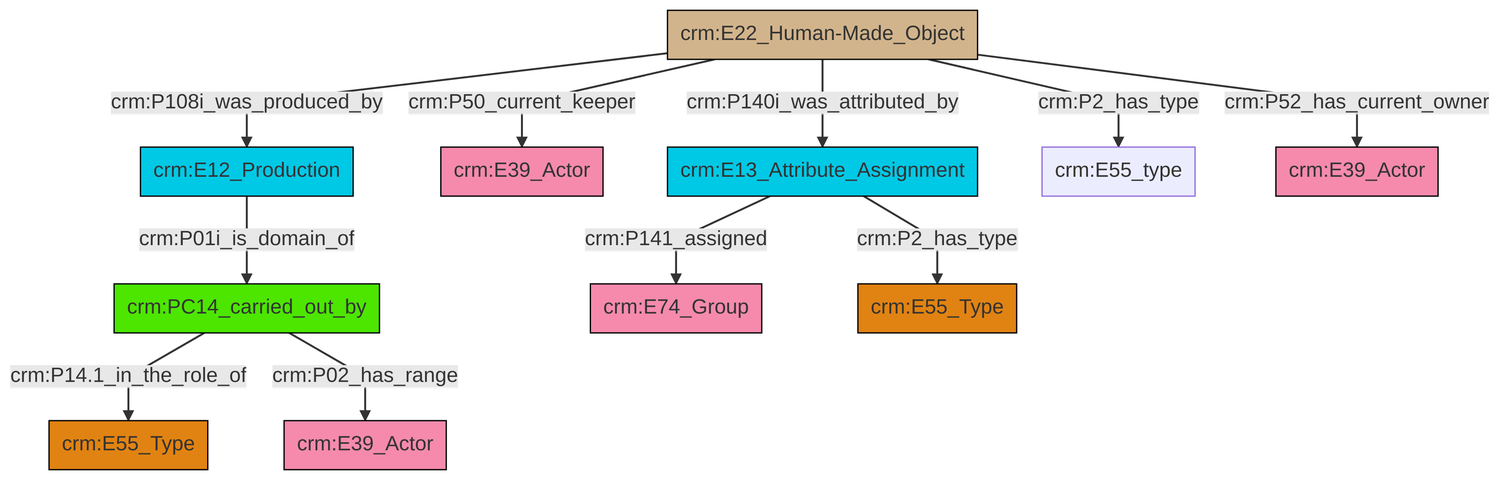
Above: et/artworkCSV/ttl/mmd/png/Artwork_Actor_Relations.png in swiss-art-research-net/docs.swissartresearch (Mermaid), before the change. Its source is kept beside it as et/artworkCSV/ttl/mmd/Artwork_Actor_Relations.ttl.mmd.
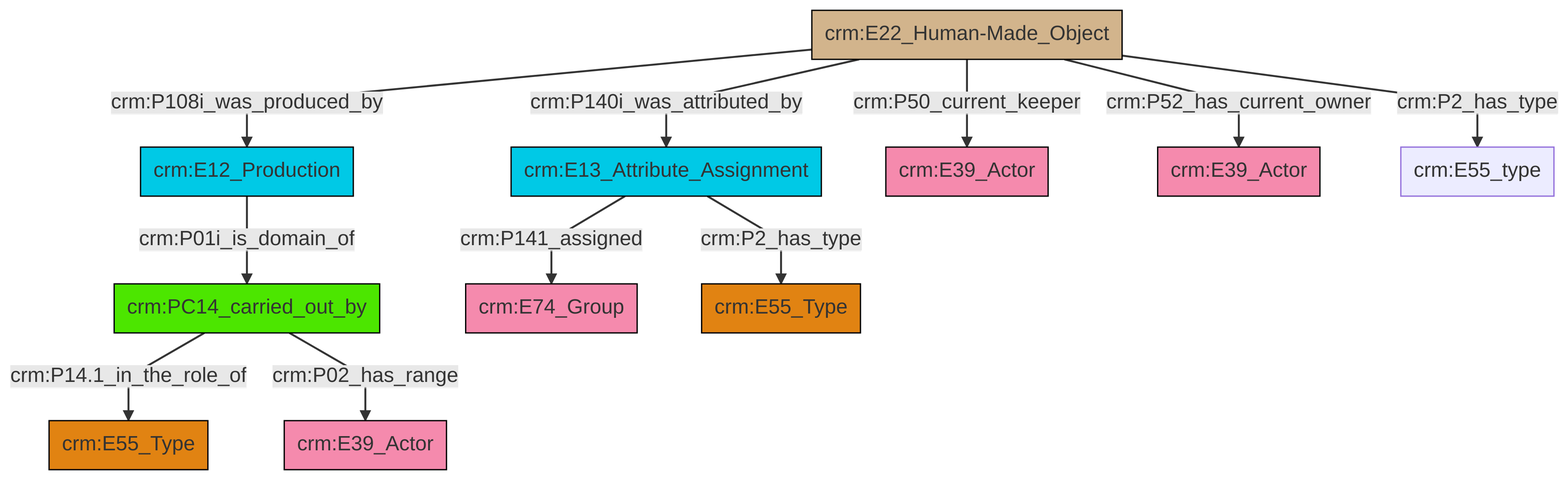
Above is the later version.

Diff of the diagram source:
```diff
@@ -13,13 +13,13 @@
 classDef PC_Classes fill:#4ce600, stroke:#000000;
 classDef Multi fill:#cccccc,stroke:#000000;
 
-0["crm:E22_Human-Made_Object"]:::Physical_Thing -->|crm:P140i_was_attributed_by| 2["crm:E13_Attribute_Assignment"]:::Temporal_Entity
-0["crm:E22_Human-Made_Object"]:::Physical_Thing -->|crm:P50_current_keeper| 5["crm:E39_Actor"]:::Actor
-7["crm:E12_Production"]:::Temporal_Entity -->|crm:P01i_is_domain_of| 8["crm:PC14_carried_out_by"]:::PC_Classes
-8["crm:PC14_carried_out_by"]:::PC_Classes -->|crm:P14.1_in_the_role_of| 11["crm:E55_Type"]:::Type
-2["crm:E13_Attribute_Assignment"]:::Temporal_Entity -->|crm:P141_assigned| 12["crm:E74_Group"]:::Actor
-0["crm:E22_Human-Made_Object"]:::Physical_Thing -->|crm:P2_has_type| 9["crm:E55_type"]:::Default
-0["crm:E22_Human-Made_Object"]:::Physical_Thing -->|crm:P52_has_current_owner| 13["crm:E39_Actor"]:::Actor
-8["crm:PC14_carried_out_by"]:::PC_Classes -->|crm:P02_has_range| 3["crm:E39_Actor"]:::Actor
-0["crm:E22_Human-Made_Object"]:::Physical_Thing -->|crm:P108i_was_produced_by| 7["crm:E12_Production"]:::Temporal_Entity
-2["crm:E13_Attribute_Assignment"]:::Temporal_Entity -->|crm:P2_has_type| 16["crm:E55_Type"]:::Type
+0["crm:E12_Production"]:::Temporal_Entity -->|crm:P01i_is_domain_of| 1["crm:PC14_carried_out_by"]:::PC_Classes
+1["crm:PC14_carried_out_by"]:::PC_Classes -->|crm:P14.1_in_the_role_of| 2["crm:E55_Type"]:::Type
+3["crm:E22_Human-Made_Object"]:::Physical_Thing -->|crm:P108i_was_produced_by| 0["crm:E12_Production"]:::Temporal_Entity
+3["crm:E22_Human-Made_Object"]:::Physical_Thing -->|crm:P140i_was_attributed_by| 4["crm:E13_Attribute_Assignment"]:::Temporal_Entity
+4["crm:E13_Attribute_Assignment"]:::Temporal_Entity -->|crm:P2_has_type| 17["crm:E55_Type"]:::Type
+3["crm:E22_Human-Made_Object"]:::Physical_Thing -->|crm:P50_current_keeper| 6["crm:E39_Actor"]:::Actor
+1["crm:PC14_carried_out_by"]:::PC_Classes -->|crm:P02_has_range| 12["crm:E39_Actor"]:::Actor
+4["crm:E13_Attribute_Assignment"]:::Temporal_Entity -->|crm:P141_assigned| 14["crm:E74_Group"]:::Actor
+3["crm:E22_Human-Made_Object"]:::Physical_Thing -->|crm:P2_has_type| 10["crm:E55_type"]:::Default
+3["crm:E22_Human-Made_Object"]:::Physical_Thing -->|crm:P52_has_current_owner| 8["crm:E39_Actor"]:::Actor
```
